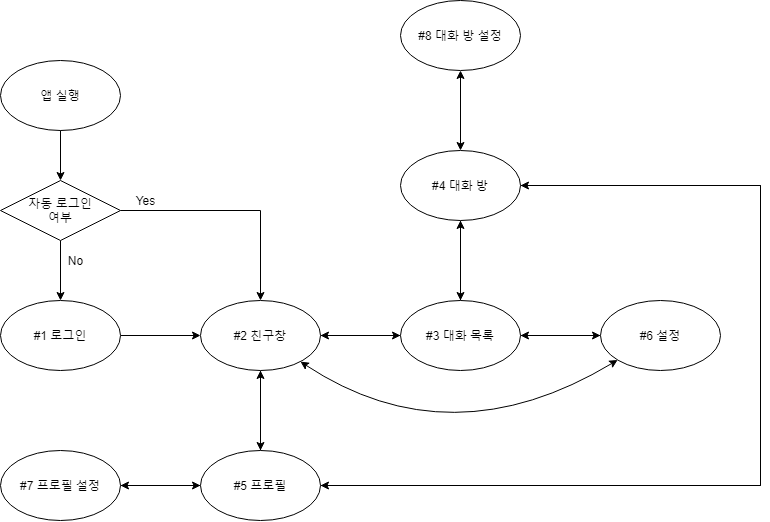
Earlier version of the draw.io export Read me/Status_sheet.png (jun-hY/kakao_clone). Source tidied: cells renumbered, new cells last; positions are measured from the earlier drawing's top-left corner, leaving out a move shared by most shapes.
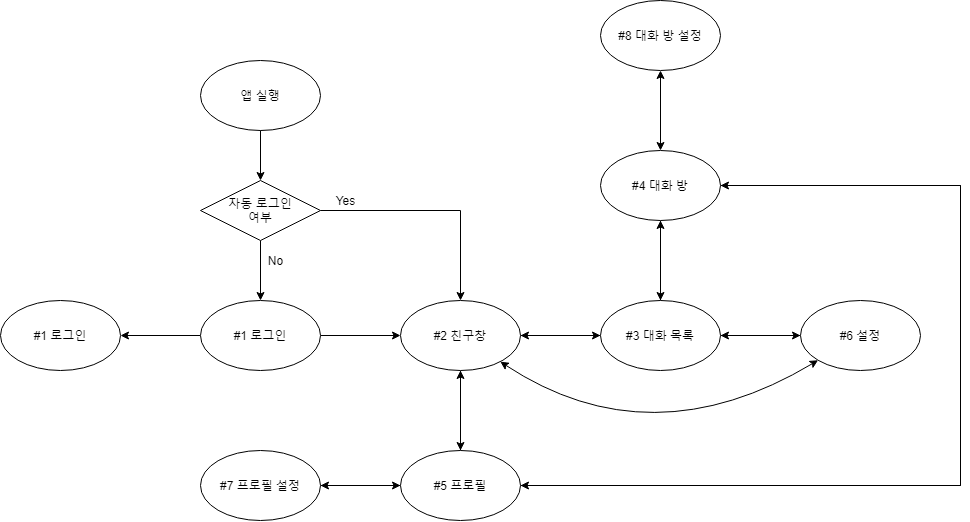
After the change.

Change to the diagram source:
```diff
@@ -11,9 +11,15 @@
     <mxCell id="4" style="edgeStyle=orthogonalEdgeStyle;rounded=0;jettySize=auto;html=1;" parent="1" edge="1" source="5" target="8">
       <mxGeometry relative="1" as="geometry" />
     </mxCell>
+    <mxCell id="32" style="edgeStyle=orthogonalEdgeStyle;rounded=0;jettySize=auto;html=1;" parent="1" edge="1" source="5" target="33">
+      <mxGeometry relative="1" as="geometry" />
+    </mxCell>
     <mxCell id="5" value="#1 로그인" style="ellipse;whiteSpace=wrap;html=1;" parent="1" vertex="1">
       <mxGeometry y="300" width="120" height="70" as="geometry" />
     </mxCell>
+    <mxCell id="33" value="#1 로그인" style="ellipse;whiteSpace=wrap;html=1;" parent="1" vertex="1">
+      <mxGeometry x="-200" y="300" width="120" height="70" as="geometry" />
+    </mxCell>
     <mxCell id="6" style="edgeStyle=orthogonalEdgeStyle;rounded=0;jettySize=auto;html=1;" parent="1" edge="1" source="8" target="18">
       <mxGeometry relative="1" as="geometry" />
     </mxCell>
```
